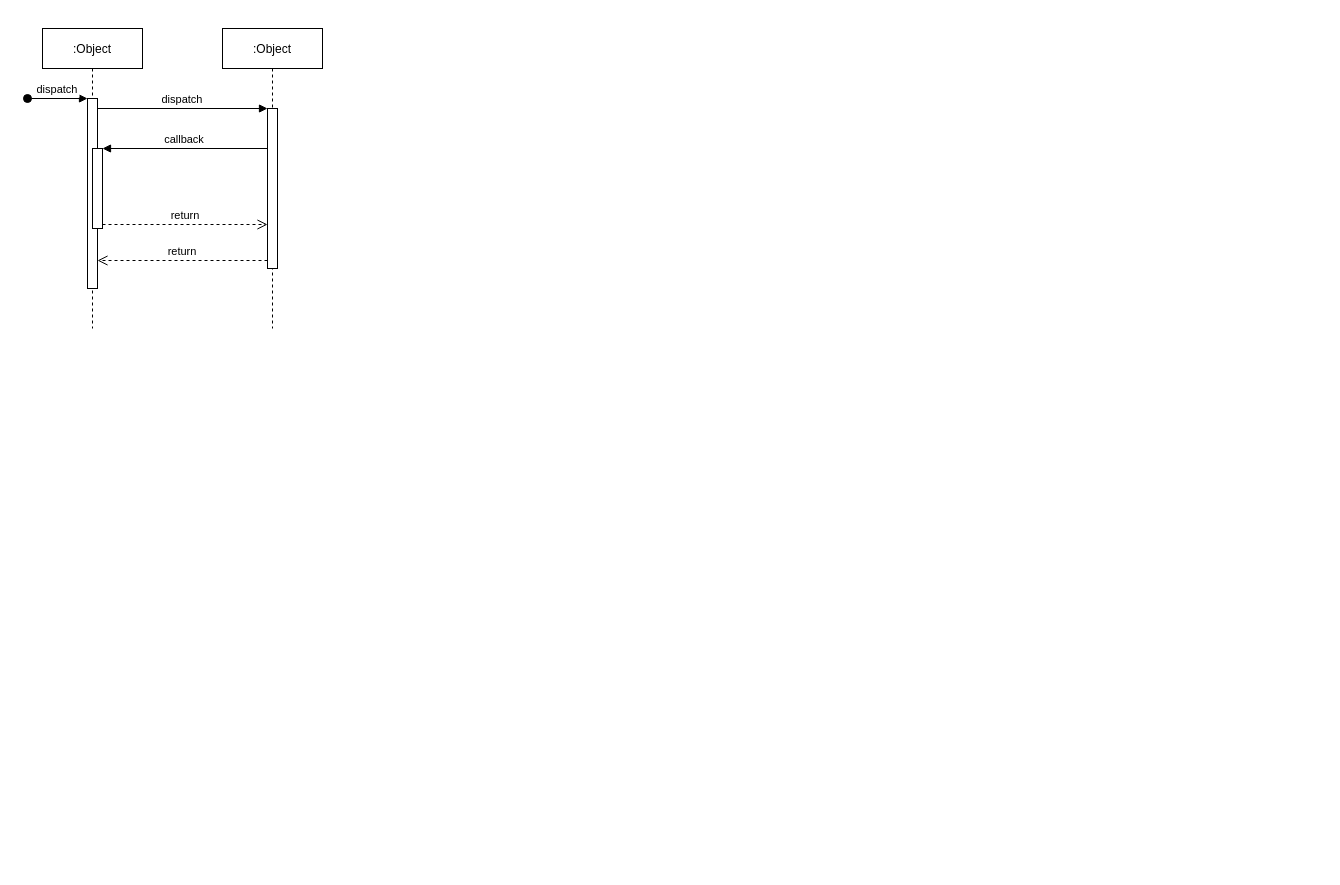
Earlier version of the draw.io diagram dragon_api.drawio (Mr-lixh/diagrams). Source tidied: cells renumbered, new cells numbered last; positions are measured from the earlier drawing's top-left corner, leaving out a move shared by most shapes. Both pictures are drawn from the tidied source at 100%, with x=0, y=0 at pixel (27, 28).
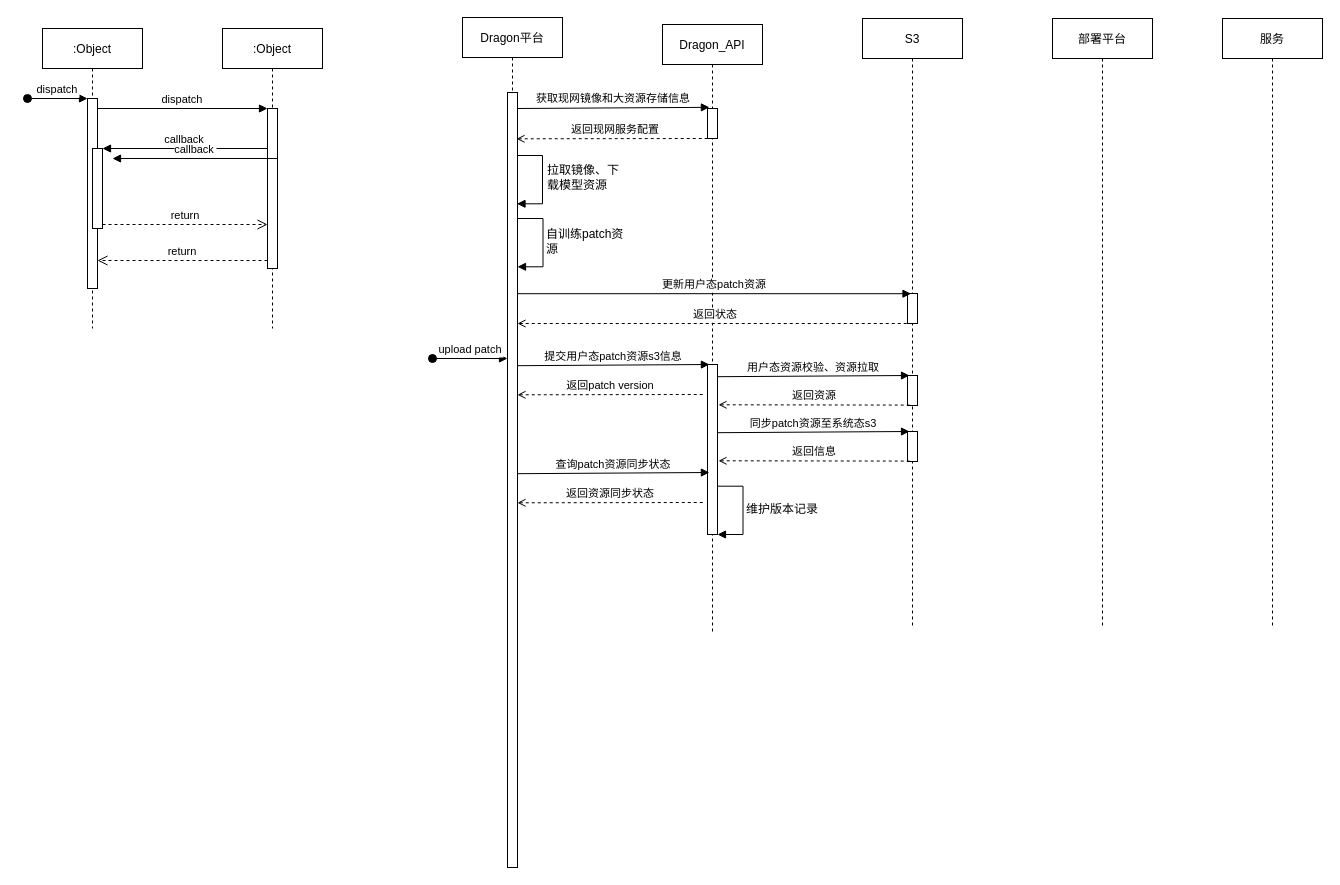
The same diagram, later.

The edit, as a diff of the source:
```diff
@@
+    <mxCell id="12" value="Dragon平台" style="shape=umlLifeline;perimeter=lifelinePerimeter;rounded=0;shadow=0;strokeWidth=1;" parent="1" vertex="1">
+      <mxGeometry x="435" y="-11" width="100" height="850" as="geometry" />
+    </mxCell>
+    <mxCell id="13" style="perimeter=orthogonalPerimeter;rounded=0;shadow=0;strokeWidth=1;" parent="12" vertex="1">
+      <mxGeometry x="45" y="75" width="10" height="775" as="geometry" />
+    </mxCell>
+    <mxCell id="14" style="endArrow=block;html=1;rounded=0;edgeStyle=orthogonalEdgeStyle;entryX=0.945;entryY=0.649;entryDx=0;entryDy=0;entryPerimeter=0;endFill=1;" parent="12" edge="1">
+      <mxGeometry relative="1" as="geometry">
+        <mxPoint x="55" y="138" as="sourcePoint" />
+        <mxPoint x="54.5" y="186.3" as="targetPoint" />
+        <Array as="points">
+          <mxPoint x="80" y="138" />
+          <mxPoint x="80" y="186" />
+        </Array>
+      </mxGeometry>
+    </mxCell>
+    <mxCell id="15" style="endArrow=block;html=1;rounded=0;edgeStyle=orthogonalEdgeStyle;entryX=0.945;entryY=0.649;entryDx=0;entryDy=0;entryPerimeter=0;endFill=1;" parent="12" edge="1">
+      <mxGeometry relative="1" as="geometry">
+        <mxPoint x="55.5" y="201" as="sourcePoint" />
+        <mxPoint x="55" y="249.3" as="targetPoint" />
+        <Array as="points">
+          <mxPoint x="80.5" y="201" />
+          <mxPoint x="80.5" y="249" />
+        </Array>
+      </mxGeometry>
+    </mxCell>
+    <mxCell id="16" value="upload patch" style="verticalAlign=bottom;startArrow=oval;endArrow=block;startSize=8;shadow=0;strokeWidth=1;" parent="12" edge="1">
+      <mxGeometry relative="1" as="geometry">
+        <mxPoint x="-30" y="341" as="sourcePoint" />
+        <mxPoint x="45" y="341" as="targetPoint" />
+      </mxGeometry>
+    </mxCell>
+    <mxCell id="17" value="Dragon_API" style="shape=umlLifeline;perimeter=lifelinePerimeter;rounded=0;shadow=0;strokeWidth=1;" parent="1" vertex="1">
+      <mxGeometry x="635" y="-4" width="100" height="610" as="geometry" />
+    </mxCell>
+    <mxCell id="18" style="points=[];perimeter=orthogonalPerimeter;rounded=0;shadow=0;strokeWidth=1;" parent="17" vertex="1">
+      <mxGeometry x="45" y="84" width="10" height="30" as="geometry" />
+    </mxCell>
+    <mxCell id="19" value="提交用户态patch资源s3信息" style="verticalAlign=bottom;endArrow=block;shadow=0;strokeWidth=1;entryX=0.191;entryY=-0.039;entryDx=0;entryDy=0;entryPerimeter=0;" parent="17" edge="1">
+      <mxGeometry relative="1" as="geometry">
+        <mxPoint x="-145" y="341.2" as="sourcePoint" />
+        <mxPoint x="46.9" y="340" as="targetPoint" />
+      </mxGeometry>
+    </mxCell>
+    <mxCell id="20" style="perimeter=orthogonalPerimeter;rounded=0;shadow=0;strokeWidth=1;" parent="17" vertex="1">
+      <mxGeometry x="45" y="340" width="10" height="170" as="geometry" />
+    </mxCell>
+    <mxCell id="21" value="返回patch version" style="verticalAlign=bottom;endArrow=none;shadow=0;strokeWidth=1;startArrow=open;startFill=0;endFill=0;dashed=1;" parent="17" edge="1">
+      <mxGeometry relative="1" as="geometry">
+        <mxPoint x="-145" y="370.3" as="sourcePoint" />
+        <mxPoint x="41" y="370" as="targetPoint" />
+      </mxGeometry>
+    </mxCell>
+    <mxCell id="22" value="S3" style="shape=umlLifeline;perimeter=lifelinePerimeter;rounded=0;shadow=0;strokeWidth=1;" parent="1" vertex="1">
+      <mxGeometry x="835" y="-10" width="100" height="610" as="geometry" />
+    </mxCell>
+    <mxCell id="23" style="perimeter=orthogonalPerimeter;rounded=0;shadow=0;strokeWidth=1;" parent="22" vertex="1">
+      <mxGeometry x="45" y="275" width="10" height="30" as="geometry" />
+    </mxCell>
+    <mxCell id="24" value="返回状态" style="verticalAlign=bottom;endArrow=none;shadow=0;strokeWidth=1;entryX=0.53;entryY=0.147;entryDx=0;entryDy=0;entryPerimeter=0;startArrow=open;startFill=0;endFill=0;dashed=1;" parent="22" edge="1">
+      <mxGeometry relative="1" as="geometry">
+        <mxPoint x="-345" y="305" as="sourcePoint" />
+        <mxPoint x="50" y="305" as="targetPoint" />
+      </mxGeometry>
+    </mxCell>
+    <mxCell id="25" value="用户态资源校验、资源拉取" style="verticalAlign=bottom;endArrow=block;shadow=0;strokeWidth=1;entryX=0.191;entryY=-0.039;entryDx=0;entryDy=0;entryPerimeter=0;" parent="22" edge="1">
+      <mxGeometry relative="1" as="geometry">
+        <mxPoint x="-144.9" y="358.2" as="sourcePoint" />
+        <mxPoint x="47" y="357" as="targetPoint" />
+      </mxGeometry>
+    </mxCell>
+    <mxCell id="26" style="perimeter=orthogonalPerimeter;rounded=0;shadow=0;strokeWidth=1;" parent="22" vertex="1">
+      <mxGeometry x="45" y="357" width="10" height="30" as="geometry" />
+    </mxCell>
+    <mxCell id="27" value="部署平台" style="shape=umlLifeline;perimeter=lifelinePerimeter;rounded=0;shadow=0;strokeWidth=1;" parent="1" vertex="1">
+      <mxGeometry x="1025" y="-10" width="100" height="610" as="geometry" />
+    </mxCell>
+    <mxCell id="28" value="服务" style="shape=umlLifeline;perimeter=lifelinePerimeter;rounded=0;shadow=0;strokeWidth=1;" parent="1" vertex="1">
+      <mxGeometry x="1195" y="-10" width="100" height="610" as="geometry" />
+    </mxCell>
+    <mxCell id="29" value="获取现网镜像和大资源存储信息" style="verticalAlign=bottom;endArrow=block;shadow=0;strokeWidth=1;entryX=0.191;entryY=-0.039;entryDx=0;entryDy=0;entryPerimeter=0;" parent="1" edge="1" target="18">
+      <mxGeometry relative="1" as="geometry">
+        <mxPoint x="490" y="80" as="sourcePoint" />
+      </mxGeometry>
+    </mxCell>
+    <mxCell id="30" value="callback" style="verticalAlign=bottom;endArrow=block;entryX=1;entryY=0;shadow=0;strokeWidth=1;" parent="1" edge="1">
+      <mxGeometry relative="1" as="geometry">
+        <mxPoint x="250" y="130" as="sourcePoint" />
+        <mxPoint x="85" y="130" as="targetPoint" />
+      </mxGeometry>
+    </mxCell>
+    <mxCell id="31" value="返回现网服务配置" style="verticalAlign=bottom;endArrow=none;shadow=0;strokeWidth=1;entryX=0.53;entryY=0.147;entryDx=0;entryDy=0;entryPerimeter=0;startArrow=open;startFill=0;endFill=0;dashed=1;" parent="1" edge="1">
+      <mxGeometry relative="1" as="geometry">
+        <mxPoint x="489" y="110.3" as="sourcePoint" />
+        <mxPoint x="687" y="110" as="targetPoint" />
+      </mxGeometry>
+    </mxCell>
+    <mxCell id="32" value="拉取镜像、下载模型资源" style="text;html=1;strokeColor=none;fillColor=none;align=left;verticalAlign=middle;whiteSpace=wrap;rounded=0;" parent="1" vertex="1">
+      <mxGeometry x="518" y="134" width="80" height="30" as="geometry" />
+    </mxCell>
+    <mxCell id="33" value="自训练patch资源" style="text;html=1;strokeColor=none;fillColor=none;align=left;verticalAlign=middle;whiteSpace=wrap;rounded=0;" parent="1" vertex="1">
+      <mxGeometry x="517" y="198" width="80" height="30" as="geometry" />
+    </mxCell>
+    <mxCell id="34" value="更新用户态patch资源" style="verticalAlign=bottom;endArrow=block;shadow=0;strokeWidth=1;" parent="1" edge="1">
+      <mxGeometry relative="1" as="geometry">
+        <mxPoint x="490" y="265.2" as="sourcePoint" />
+        <mxPoint x="883.5" y="265.2" as="targetPoint" />
+      </mxGeometry>
+    </mxCell>
+    <mxCell id="35" value="返回资源" style="verticalAlign=bottom;endArrow=none;shadow=0;strokeWidth=1;startArrow=open;startFill=0;endFill=0;dashed=1;entryX=0.077;entryY=0.383;entryDx=0;entryDy=0;entryPerimeter=0;" parent="1" edge="1">
+      <mxGeometry relative="1" as="geometry">
+        <mxPoint x="691" y="376.3" as="sourcePoint" />
+        <mxPoint x="882.8" y="376.6" as="targetPoint" />
+      </mxGeometry>
+    </mxCell>
+    <mxCell id="36" value="同步patch资源至系统态s3" style="verticalAlign=bottom;endArrow=block;shadow=0;strokeWidth=1;entryX=0.191;entryY=-0.039;entryDx=0;entryDy=0;entryPerimeter=0;" parent="1" edge="1">
+      <mxGeometry relative="1" as="geometry">
+        <mxPoint x="690.1" y="404.2" as="sourcePoint" />
+        <mxPoint x="882" y="403" as="targetPoint" />
+      </mxGeometry>
+    </mxCell>
+    <mxCell id="37" style="perimeter=orthogonalPerimeter;rounded=0;shadow=0;strokeWidth=1;" parent="1" vertex="1">
+      <mxGeometry x="880" y="403" width="10" height="30" as="geometry" />
+    </mxCell>
+    <mxCell id="38" value="返回信息" style="verticalAlign=bottom;endArrow=none;shadow=0;strokeWidth=1;startArrow=open;startFill=0;endFill=0;dashed=1;entryX=0.077;entryY=0.383;entryDx=0;entryDy=0;entryPerimeter=0;" parent="1" edge="1">
+      <mxGeometry relative="1" as="geometry">
+        <mxPoint x="691" y="432.3" as="sourcePoint" />
+        <mxPoint x="882.8" y="432.6" as="targetPoint" />
+      </mxGeometry>
+    </mxCell>
+    <mxCell id="39" style="endArrow=block;html=1;rounded=0;edgeStyle=orthogonalEdgeStyle;entryX=0.945;entryY=0.649;entryDx=0;entryDy=0;entryPerimeter=0;endFill=1;" parent="1" edge="1">
+      <mxGeometry relative="1" as="geometry">
+        <mxPoint x="690.5" y="457.7" as="sourcePoint" />
+        <mxPoint x="690" y="506" as="targetPoint" />
+        <Array as="points">
+          <mxPoint x="715.5" y="457.7" />
+          <mxPoint x="715.5" y="505.7" />
+        </Array>
+      </mxGeometry>
+    </mxCell>
+    <mxCell id="40" value="维护版本记录" style="text;html=1;strokeColor=none;fillColor=none;align=left;verticalAlign=middle;whiteSpace=wrap;rounded=0;" parent="1" vertex="1">
+      <mxGeometry x="717" y="465.7" width="80" height="30" as="geometry" />
+    </mxCell>
+    <mxCell id="41" value="查询patch资源同步状态" style="verticalAlign=bottom;endArrow=block;shadow=0;strokeWidth=1;entryX=0.191;entryY=-0.039;entryDx=0;entryDy=0;entryPerimeter=0;" parent="1" edge="1">
+      <mxGeometry relative="1" as="geometry">
+        <mxPoint x="490" y="445.2" as="sourcePoint" />
+        <mxPoint x="681.9" y="444" as="targetPoint" />
+      </mxGeometry>
+    </mxCell>
+    <mxCell id="42" value="返回资源同步状态" style="verticalAlign=bottom;endArrow=none;shadow=0;strokeWidth=1;startArrow=open;startFill=0;endFill=0;dashed=1;" parent="1" edge="1">
+      <mxGeometry relative="1" as="geometry">
+        <mxPoint x="490" y="474.3" as="sourcePoint" />
+        <mxPoint x="676" y="474" as="targetPoint" />
+      </mxGeometry>
+    </mxCell>
```
